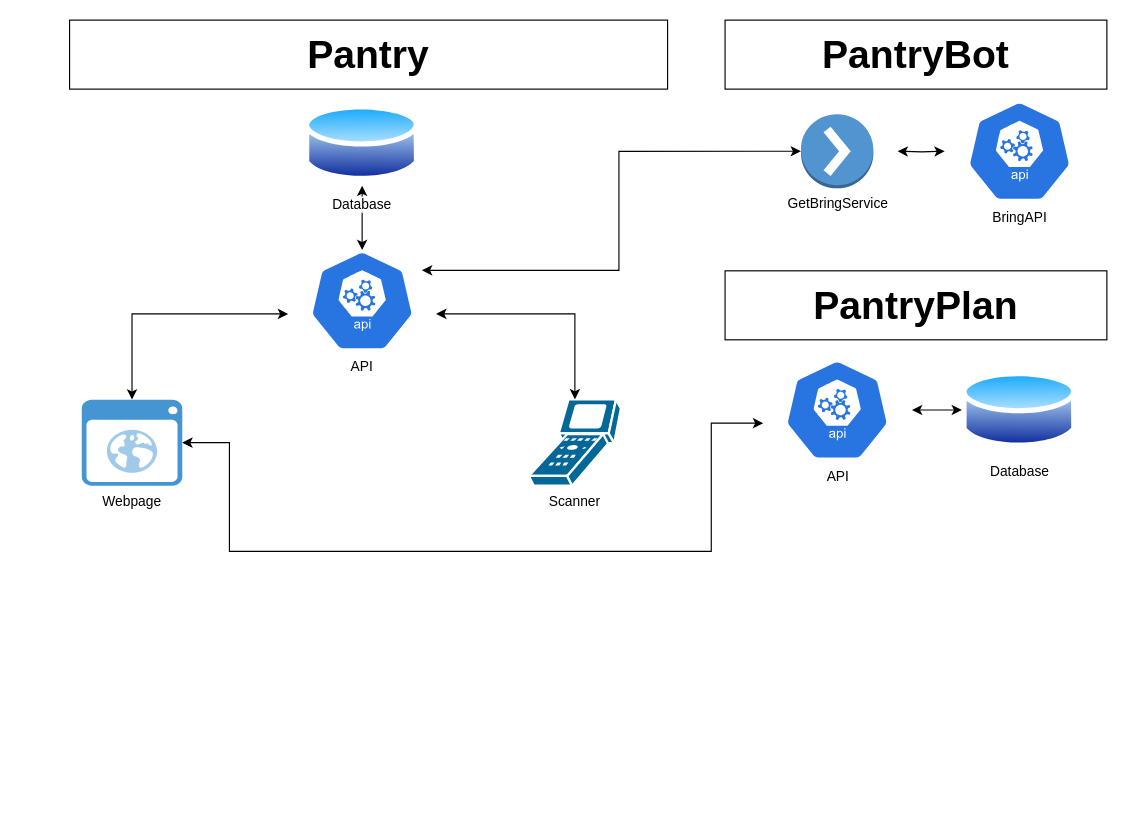
The draw.io diagram Overview/PantryOverview.drawio in MRoehricht/Pantry, before the edit. Source tidied: cells renumbered, new cells numbered last; positions are measured from the earlier drawing's top-left corner, leaving out a move shared by most shapes. Both pictures are drawn from the tidied source at 115%, with x=0, y=0 at pixel (69, 20).
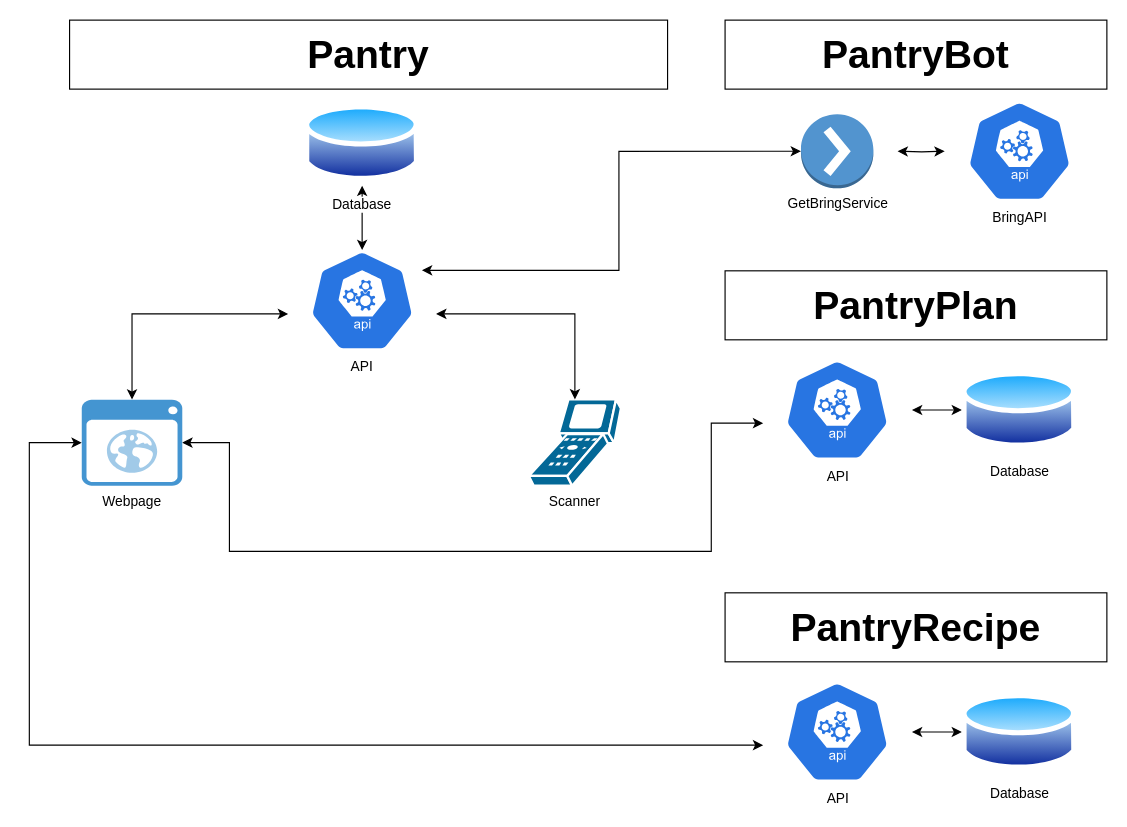
After the change.

Unchanged cells that the change refers to:
```xml
<mxCell id="7" value="&lt;div&gt;Webpage&lt;/div&gt;" style="shadow=0;dashed=0;html=1;strokeColor=none;fillColor=#4495D1;labelPosition=center;verticalLabelPosition=bottom;verticalAlign=top;align=center;outlineConnect=0;shape=mxgraph.veeam.2d.web_ui;" parent="1" vertex="1">
  <mxGeometry x="10.6" y="330" width="87.4" height="74.8" as="geometry" />
</mxCell>
```

Change to the diagram source:
```diff
@@
+    <mxCell id="21" style="edgeStyle=orthogonalEdgeStyle;rounded=0;jettySize=auto;html=1;entryX=0.005;entryY=0.63;entryDx=0;entryDy=0;entryPerimeter=0;startArrow=classic;startFill=1;" parent="1" edge="1" source="7" target="24">
+      <mxGeometry relative="1" as="geometry">
+        <Array as="points">
+          <mxPoint x="-35" y="367" />
+          <mxPoint x="-35" y="630" />
+        </Array>
+      </mxGeometry>
+    </mxCell>
@@
+    <mxCell id="22" value="PantryRecipe" style="rounded=0;whiteSpace=wrap;html=1;fontSize=34;fontStyle=1;" parent="1" vertex="1">
+      <mxGeometry x="570" y="498" width="332" height="60" as="geometry" />
+    </mxCell>
+    <mxCell id="23" style="edgeStyle=orthogonalEdgeStyle;rounded=0;jettySize=auto;html=1;startArrow=classic;startFill=1;" parent="1" edge="1" source="24" target="25">
+      <mxGeometry relative="1" as="geometry" />
+    </mxCell>
+    <mxCell id="24" value="&lt;div&gt;API&lt;/div&gt;" style="sketch=0;html=1;dashed=0;whitespace=wrap;fillColor=#2875E2;strokeColor=#ffffff;points=[[0.005,0.63,0],[0.1,0.2,0],[0.9,0.2,0],[0.5,0,0],[0.995,0.63,0],[0.72,0.99,0],[0.5,1,0],[0.28,0.99,0]];verticalLabelPosition=bottom;align=center;verticalAlign=top;shape=mxgraph.kubernetes.icon;prIcon=api;" parent="1" vertex="1">
+      <mxGeometry x="602.5" y="575" width="130" height="88" as="geometry" />
+    </mxCell>
+    <mxCell id="25" value="&lt;div&gt;Database&lt;/div&gt;" style="image;perimeter=ellipsePerimeter;html=1;align=center;shadow=0;dashed=0;spacingTop=3;image=img/lib/active_directory/database.svg;" parent="1" vertex="1">
+      <mxGeometry x="776" y="582" width="100" height="74" as="geometry" />
+    </mxCell>
```
